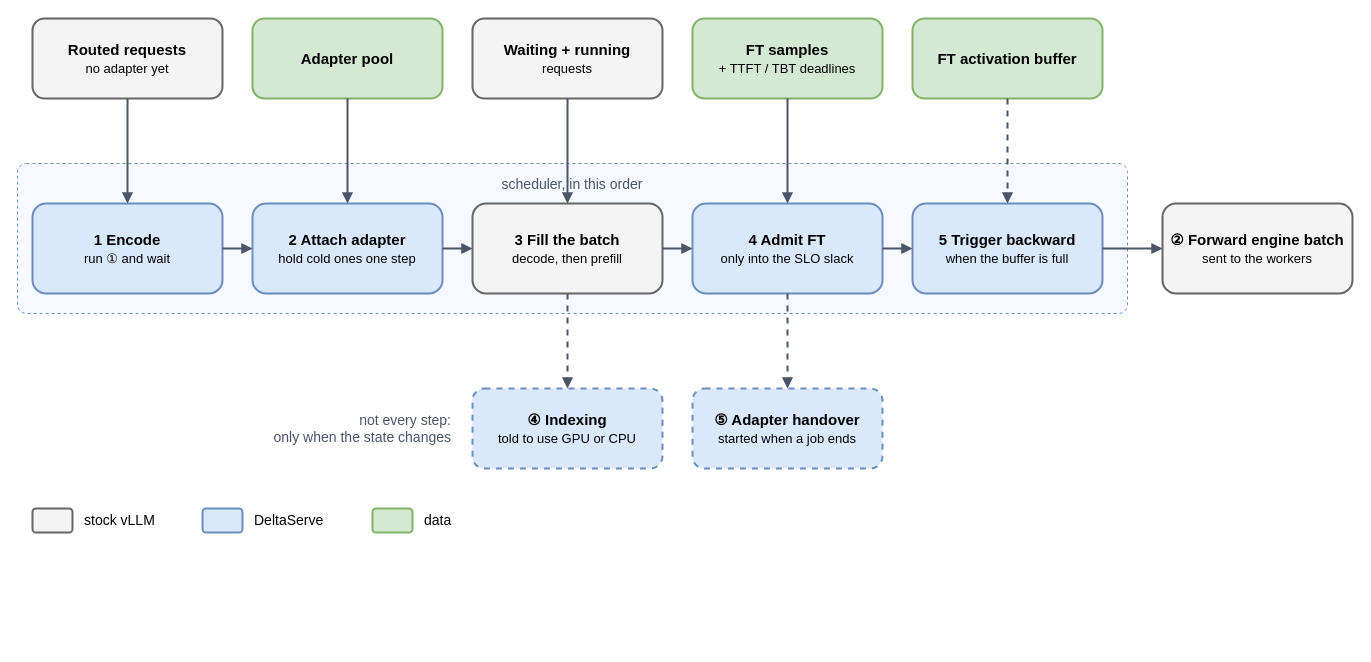
Above: docs/figures/scheduling/07-one-scheduling-step.drawio in 852866031/DeltaServe-vLLM (draw.io), before the change. Source tidied: cells renumbered, new cells numbered last; positions are measured from the earlier drawing's top-left corner, leaving out a move shared by most shapes. Both pictures are drawn from the tidied source at 100%, with x=0, y=0 at pixel (17, 18).
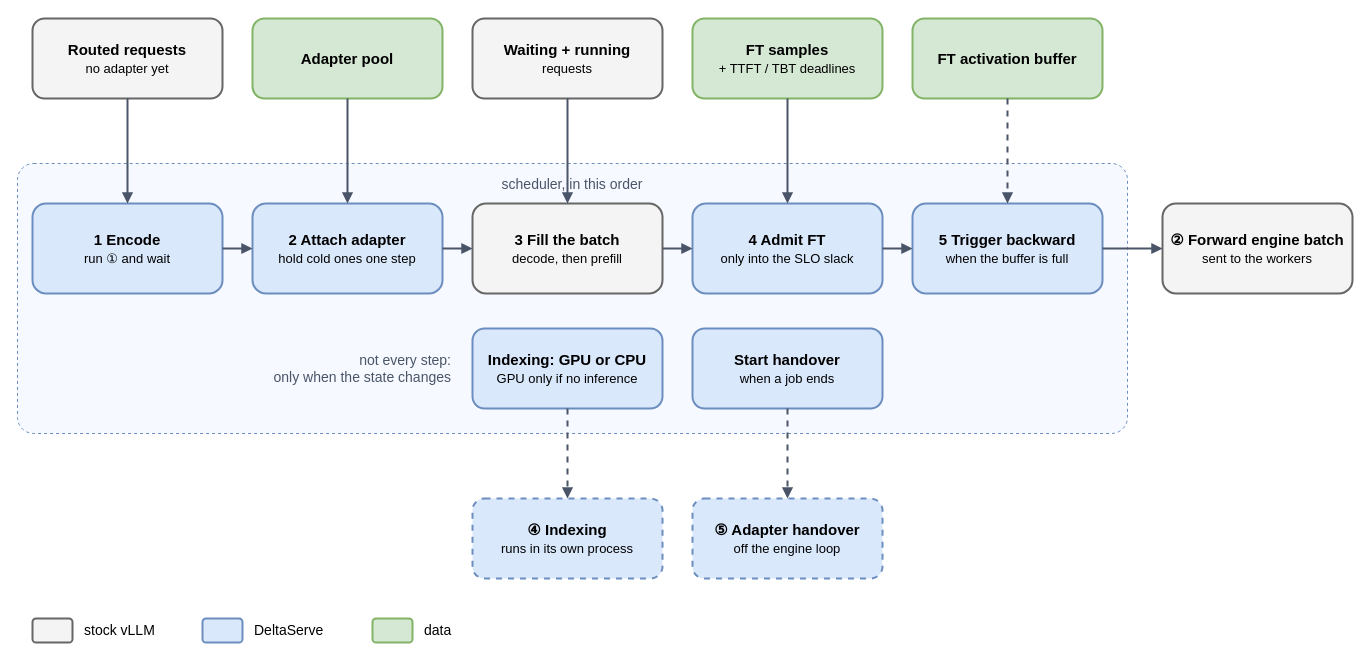
The same diagram, later.

Commit message (it also covers changes not shown here):
docs: scheduling figures — saved FT activations box, new components highlighted, indexing/handover decisions inside the scheduler

Unchanged cells that the change refers to:
```xml
<mxCell id="10" value="&lt;b&gt;3 Fill the batch&lt;/b&gt;&lt;br&gt;&lt;font style=&quot;font-size:13px&quot;&gt;decode, then prefill&lt;/font&gt;" style="rounded=1;whiteSpace=wrap;html=1;fontSize=15;fillColor=#F4F4F4;strokeColor=#666666;strokeWidth=2;" parent="1" vertex="1">
  <mxGeometry x="455" y="185" width="190" height="90" as="geometry" />
</mxCell>
<mxCell id="11" value="&lt;b&gt;4 Admit FT&lt;/b&gt;&lt;br&gt;&lt;font style=&quot;font-size:13px&quot;&gt;only into the SLO slack&lt;/font&gt;" style="rounded=1;whiteSpace=wrap;html=1;fontSize=15;fillColor=#DAE8FC;strokeColor=#6C8EBF;strokeWidth=2;" parent="1" vertex="1">
  <mxGeometry x="675" y="185" width="190" height="90" as="geometry" />
</mxCell>
```

Change to the diagram source:
```diff
@@
     <mxCell id="2" value="scheduler, in this order" style="rounded=1;arcSize=6;whiteSpace=wrap;html=1;fontSize=14;fontColor=#4A5568;fillColor=#F6F9FF;strokeColor=#6C8EBF;dashed=1;verticalAlign=top;spacingTop=6;" parent="1" vertex="1">
-      <mxGeometry y="145" width="1110" height="150" as="geometry" />
+      <mxGeometry y="145" width="1110" height="270" as="geometry" />
     </mxCell>
@@
+    <mxCell id="35" value="&lt;b&gt;Indexing: GPU or CPU&lt;/b&gt;&lt;br&gt;&lt;font style=&quot;font-size:13px&quot;&gt;GPU only if no inference&lt;/font&gt;" style="rounded=1;whiteSpace=wrap;html=1;fontSize=15;fillColor=#DAE8FC;strokeColor=#6C8EBF;strokeWidth=2;" parent="1" vertex="1">
+      <mxGeometry x="455" y="310" width="190" height="80" as="geometry" />
+    </mxCell>
+    <mxCell id="36" value="&lt;b&gt;Start handover&lt;/b&gt;&lt;br&gt;&lt;font style=&quot;font-size:13px&quot;&gt;when a job ends&lt;/font&gt;" style="rounded=1;whiteSpace=wrap;html=1;fontSize=15;fillColor=#DAE8FC;strokeColor=#6C8EBF;strokeWidth=2;" parent="1" vertex="1">
+      <mxGeometry x="675" y="310" width="190" height="80" as="geometry" />
+    </mxCell>
-    <mxCell id="24" value="&lt;b&gt;④ Indexing&lt;/b&gt;&lt;br&gt;&lt;font style=&quot;font-size:13px&quot;&gt;told to use GPU or CPU&lt;/font&gt;" style="rounded=1;whiteSpace=wrap;html=1;fontSize=15;fillColor=#DAE8FC;strokeColor=#6C8EBF;strokeWidth=2;dashed=1;" parent="1" vertex="1">
-      <mxGeometry x="455" y="370" width="190" height="80" as="geometry" />
+    <mxCell id="24" value="&lt;b&gt;④ Indexing&lt;/b&gt;&lt;br&gt;&lt;font style=&quot;font-size:13px&quot;&gt;runs in its own process&lt;/font&gt;" style="rounded=1;whiteSpace=wrap;html=1;fontSize=15;fillColor=#DAE8FC;strokeColor=#6C8EBF;strokeWidth=2;dashed=1;" parent="1" vertex="1">
+      <mxGeometry x="455" y="480" width="190" height="80" as="geometry" />
     </mxCell>
-    <mxCell id="25" value="&lt;b&gt;⑤ Adapter handover&lt;/b&gt;&lt;br&gt;&lt;font style=&quot;font-size:13px&quot;&gt;started when a job ends&lt;/font&gt;" style="rounded=1;whiteSpace=wrap;html=1;fontSize=15;fillColor=#DAE8FC;strokeColor=#6C8EBF;strokeWidth=2;dashed=1;" parent="1" vertex="1">
-      <mxGeometry x="675" y="370" width="190" height="80" as="geometry" />
+    <mxCell id="25" value="&lt;b&gt;⑤ Adapter handover&lt;/b&gt;&lt;br&gt;&lt;font style=&quot;font-size:13px&quot;&gt;off the engine loop&lt;/font&gt;" style="rounded=1;whiteSpace=wrap;html=1;fontSize=15;fillColor=#DAE8FC;strokeColor=#6C8EBF;strokeWidth=2;dashed=1;" parent="1" vertex="1">
+      <mxGeometry x="675" y="480" width="190" height="80" as="geometry" />
     </mxCell>
     <mxCell id="26" value="not every step:&lt;br&gt;only when the state changes" style="text;html=1;fontSize=14;align=right;verticalAlign=middle;fontColor=#4A5568;" parent="1" vertex="1">
-      <mxGeometry x="205" y="370" width="230" height="80" as="geometry" />
+      <mxGeometry x="205" y="310" width="230" height="80" as="geometry" />
     </mxCell>
-    <mxCell id="27" style="html=1;strokeColor=#4A5568;strokeWidth=2;endArrow=block;dashed=1;" parent="1" edge="1" source="10" target="24">
+    <mxCell id="27" style="html=1;strokeColor=#4A5568;strokeWidth=2;endArrow=block;dashed=1;" parent="1" edge="1" source="35" target="24">
       <mxGeometry relative="1" as="geometry" />
     </mxCell>
-    <mxCell id="28" style="html=1;strokeColor=#4A5568;strokeWidth=2;endArrow=block;dashed=1;" parent="1" edge="1" source="11" target="25">
+    <mxCell id="28" style="html=1;strokeColor=#4A5568;strokeWidth=2;endArrow=block;dashed=1;" parent="1" edge="1" source="36" target="25">
       <mxGeometry relative="1" as="geometry" />
     </mxCell>
     <mxCell id="29" style="rounded=1;html=1;fillColor=#F4F4F4;strokeColor=#666666;strokeWidth=2;" parent="1" vertex="1">
-      <mxGeometry x="15" y="490" width="40" height="24" as="geometry" />
+      <mxGeometry x="15" y="600" width="40" height="24" as="geometry" />
     </mxCell>
     <mxCell id="30" value="stock vLLM" style="text;html=1;fontSize=14;align=left;verticalAlign=middle;" parent="1" vertex="1">
-      <mxGeometry x="65" y="487" width="100" height="30" as="geometry" />
+      <mxGeometry x="65" y="597" width="100" height="30" as="geometry" />
     </mxCell>
     <mxCell id="31" style="rounded=1;html=1;fillColor=#DAE8FC;strokeColor=#6C8EBF;strokeWidth=2;" parent="1" vertex="1">
-      <mxGeometry x="185" y="490" width="40" height="24" as="geometry" />
+      <mxGeometry x="185" y="600" width="40" height="24" as="geometry" />
     </mxCell>
     <mxCell id="32" value="DeltaServe" style="text;html=1;fontSize=14;align=left;verticalAlign=middle;" parent="1" vertex="1">
-      <mxGeometry x="235" y="487" width="100" height="30" as="geometry" />
+      <mxGeometry x="235" y="597" width="100" height="30" as="geometry" />
     </mxCell>
     <mxCell id="33" style="rounded=1;html=1;fillColor=#D5E8D4;strokeColor=#82B366;strokeWidth=2;" parent="1" vertex="1">
-      <mxGeometry x="355" y="490" width="40" height="24" as="geometry" />
+      <mxGeometry x="355" y="600" width="40" height="24" as="geometry" />
     </mxCell>
     <mxCell id="34" value="data" style="text;html=1;fontSize=14;align=left;verticalAlign=middle;" parent="1" vertex="1">
-      <mxGeometry x="405" y="487" width="60" height="30" as="geometry" />
+      <mxGeometry x="405" y="597" width="60" height="30" as="geometry" />
     </mxCell>
```
